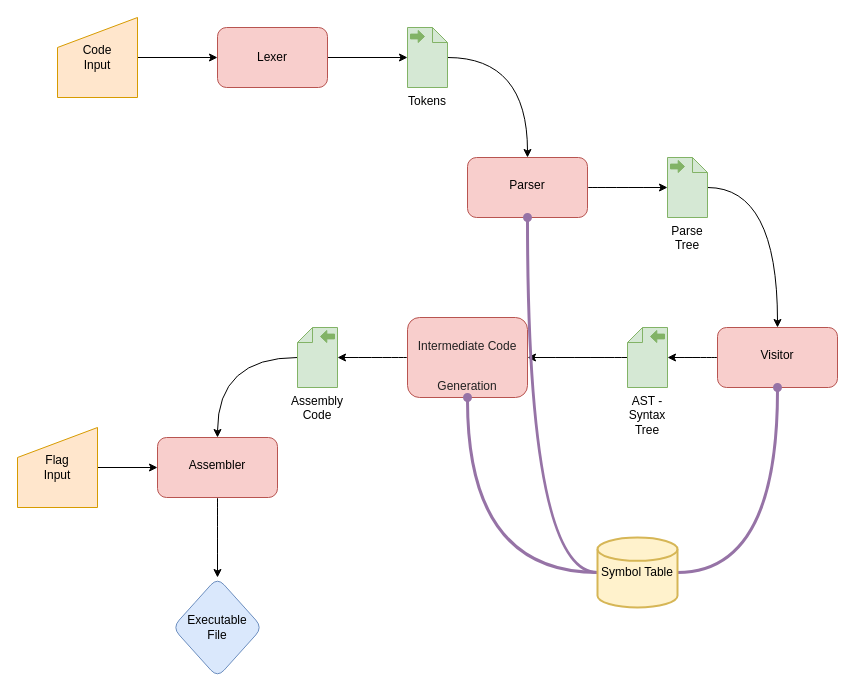
Above: Full_System_Chart.drawio in yahelkev/compiler-project (draw.io), before the change. Source tidied: cells renumbered, new cells numbered last; positions are measured from the earlier drawing's top-left corner, leaving out a move shared by most shapes. Both pictures are drawn from the tidied source at 100%, with x=0, y=0 at pixel (17, 17).
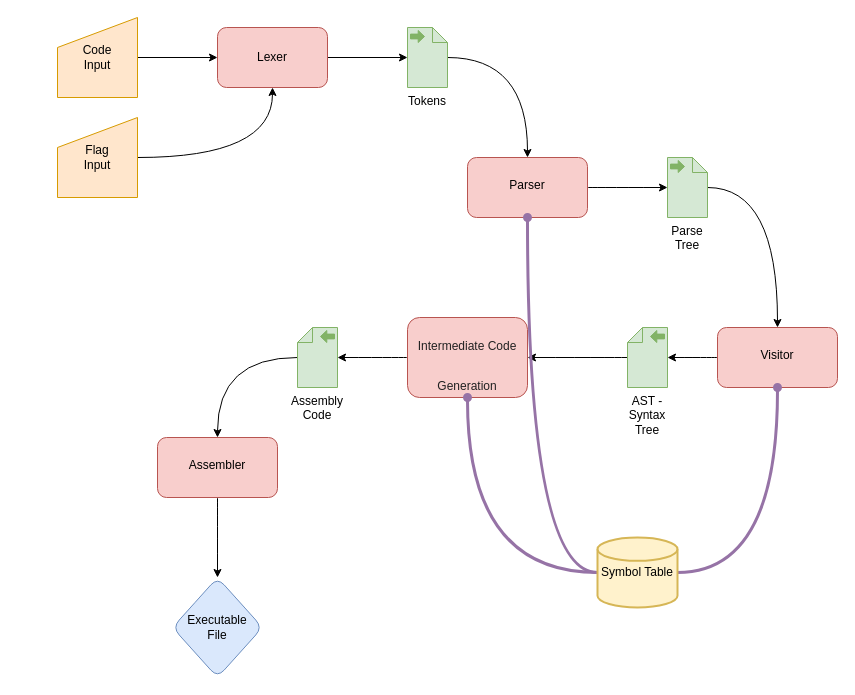
The same diagram, later.

Unchanged cells that the change refers to:
```xml
<mxCell id="5" value="Lexer" style="rounded=1;whiteSpace=wrap;html=1;fillColor=#f8cecc;strokeColor=#b85450;" parent="1" vertex="1">
  <mxGeometry x="200" y="10" width="110" height="60" as="geometry" />
</mxCell>
<mxCell id="27" value="&lt;br&gt;Assembler" style="whiteSpace=wrap;html=1;verticalAlign=top;strokeColor=#b85450;fillColor=#f8cecc;rounded=1;glass=0;shadow=0;sketch=0;" parent="1" vertex="1">
  <mxGeometry x="140" y="420" width="120" height="60" as="geometry" />
</mxCell>
```

Diff of the diagram source:
```diff
@@
-    <mxCell id="6" style="edgeStyle=orthogonalEdgeStyle;rounded=0;jettySize=auto;html=1;" parent="1" edge="1" source="7" target="27">
+    <mxCell id="6" style="edgeStyle=orthogonalEdgeStyle;rounded=0;jettySize=auto;html=1;entryX=0.5;entryY=1;entryDx=0;entryDy=0;curved=1;" parent="1" edge="1" source="7" target="5">
       <mxGeometry relative="1" as="geometry" />
     </mxCell>
     <mxCell id="7" value="Flag&lt;br&gt;Input" style="shape=manualInput;whiteSpace=wrap;html=1;fillColor=#ffe6cc;strokeColor=#d79b00;" parent="1" vertex="1">
-      <mxGeometry y="410" width="80" height="80" as="geometry" />
+      <mxGeometry x="40" y="100" width="80" height="80" as="geometry" />
     </mxCell>
```
